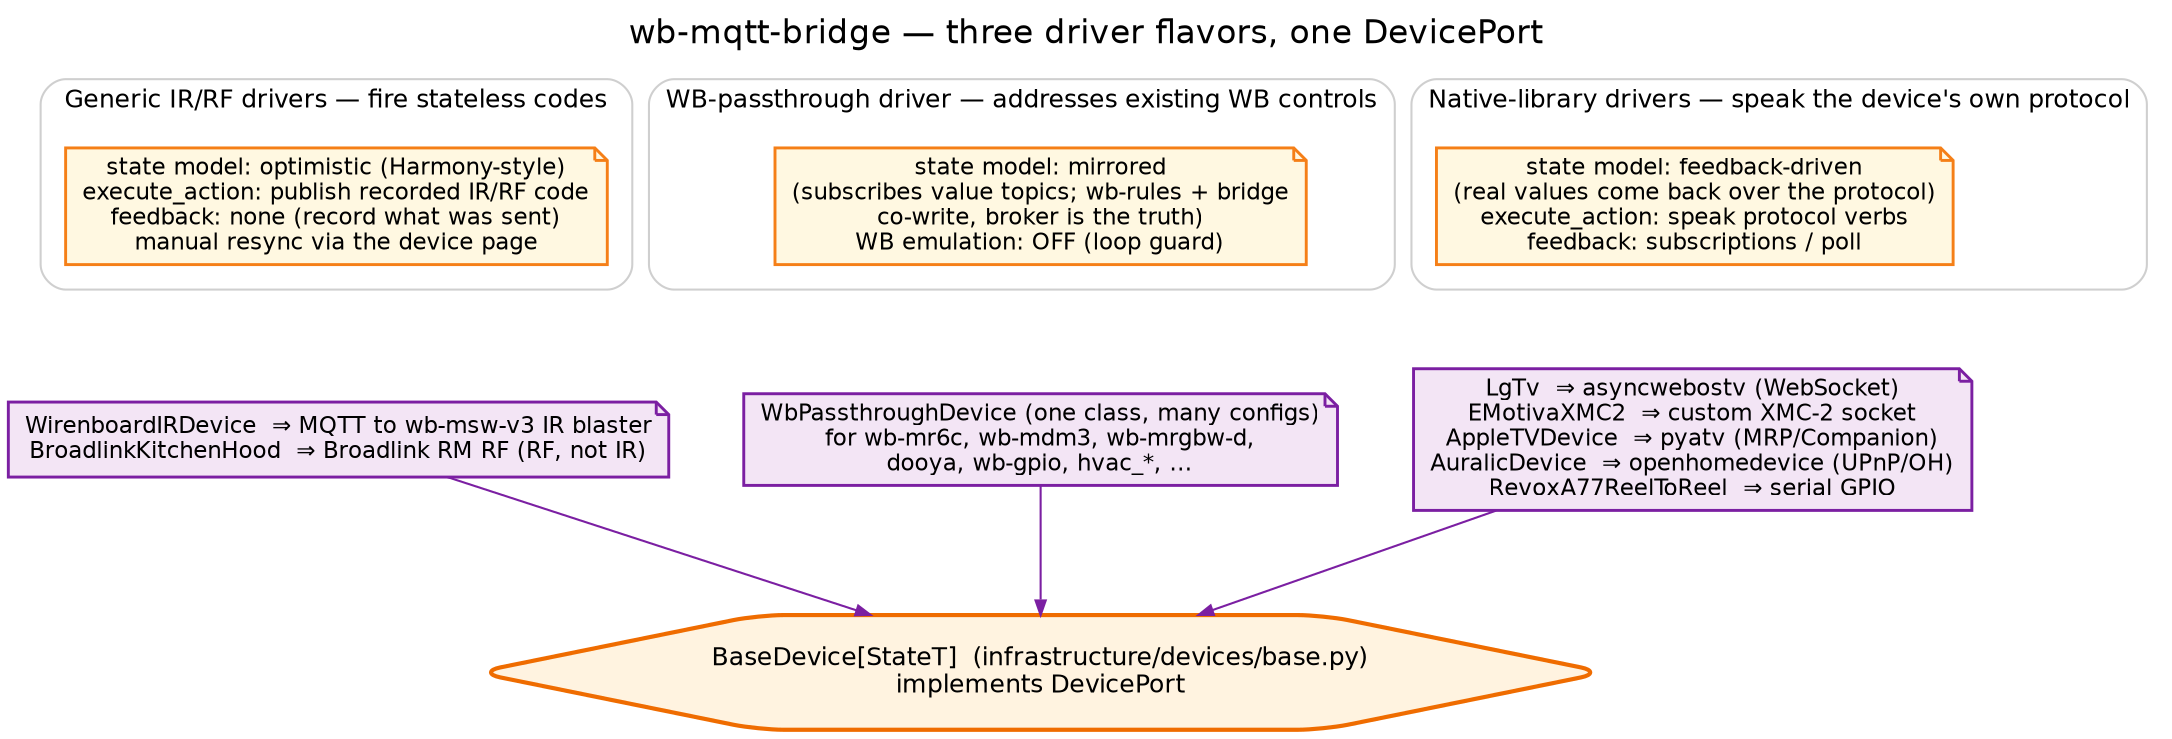
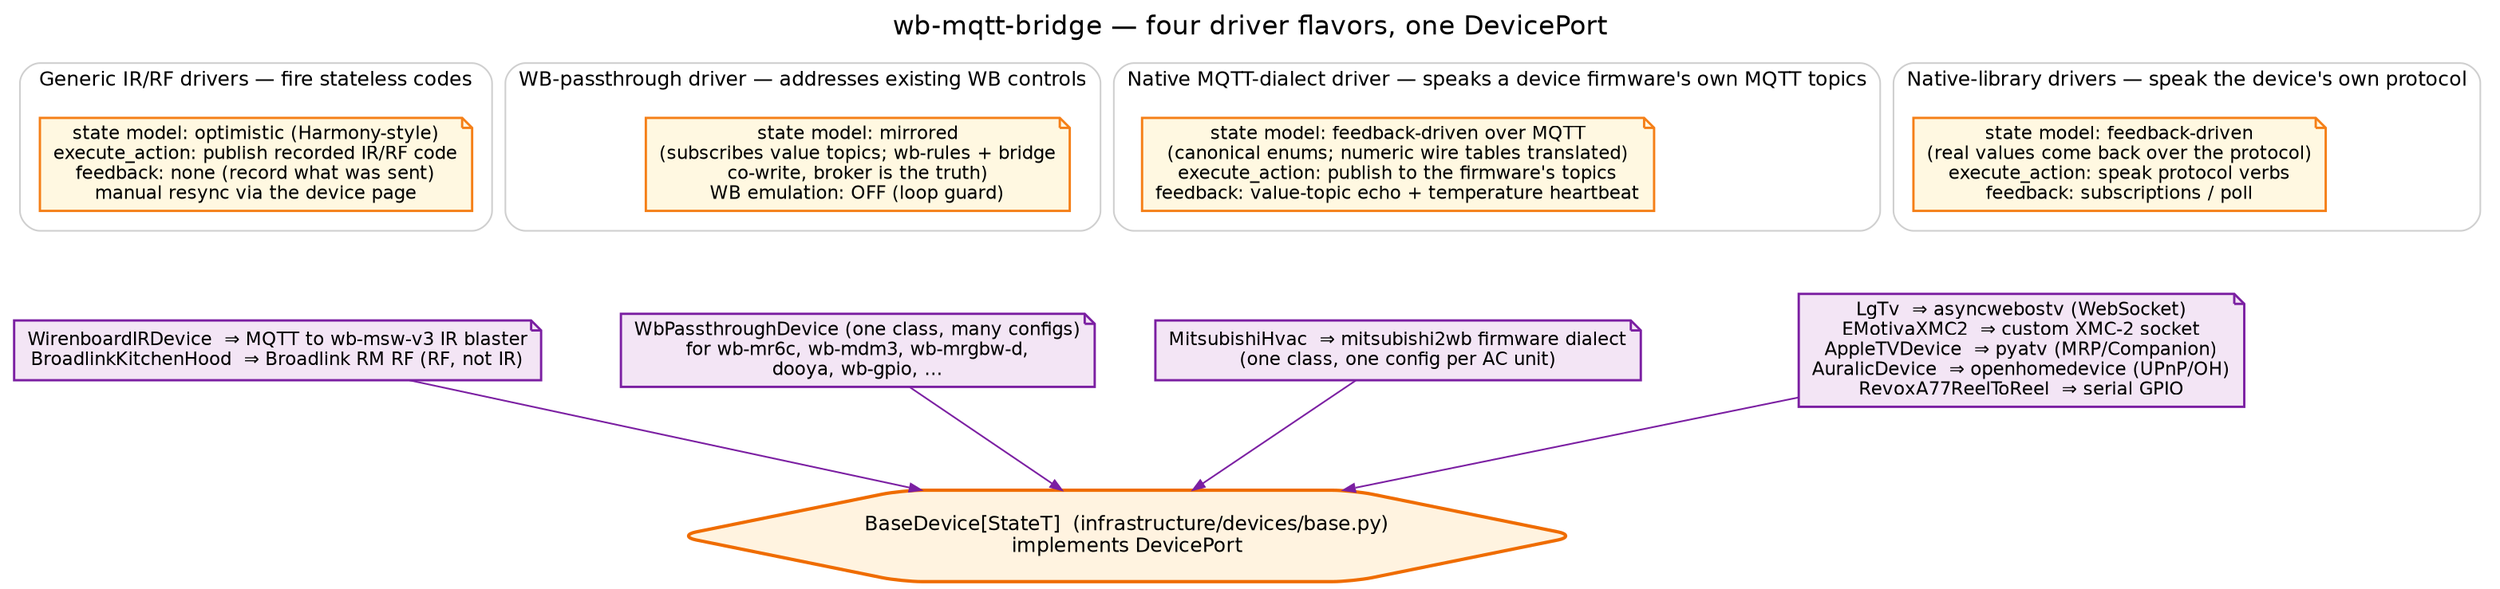
- // wb-mqtt-bridge — the three driver flavors. Render:
+ // wb-mqtt-bridge — the four driver flavors. Render:
//   dot -Tpng docs/images/driver-flavors.dot -o docs/images/driver-flavors.png
// Palette: see hexagon.dot header.
digraph driver_flavors {
  rankdir=TB;
  bgcolor="white";
  splines=spline;
  nodesep=0.5; ranksep=0.7;
  fontname="Helvetica"; labelloc=t; fontsize=16;
-   label="wb-mqtt-bridge — three driver flavors, one DevicePort";
+   label="wb-mqtt-bridge — four driver flavors, one DevicePort";

  node [fontname="Helvetica", fontsize=11, shape=box, style="filled,rounded", penwidth=1.4];
  edge [fontname="Helvetica", fontsize=9, color="#9e9e9e", arrowsize=0.7];

  // --- the three flavor clusters (driven adapters) ---
  subgraph cluster_native {
    label="Native-library drivers — speak the device's own protocol";
    fontsize=12; color="#cfcfcf"; style=rounded; margin=12;
    native_list [shape=note, fillcolor="#f3e5f5", color="#7b1fa2",
                 label="LgTv  ⇒ asyncwebostv (WebSocket)\nEMotivaXMC2  ⇒ custom XMC-2 socket\nAppleTVDevice  ⇒ pyatv (MRP/Companion)\nAuralicDevice  ⇒ openhomedevice (UPnP/OH)\nRevoxA77ReelToReel  ⇒ serial GPIO"];
    native_props [shape=note, fillcolor="#fff8e1", color="#f57f17",
                  label="state model: feedback-driven\n(real values come back over the protocol)\nexecute_action: speak protocol verbs\nfeedback: subscriptions / poll"];
  }

  subgraph cluster_ir {
    label="Generic IR/RF drivers — fire stateless codes";
    fontsize=12; color="#cfcfcf"; style=rounded; margin=12;
    ir_list [shape=note, fillcolor="#f3e5f5", color="#7b1fa2",
             label="WirenboardIRDevice  ⇒ MQTT to wb-msw-v3 IR blaster\nBroadlinkKitchenHood  ⇒ Broadlink RM RF (RF, not IR)"];
    ir_props [shape=note, fillcolor="#fff8e1", color="#f57f17",
              label="state model: optimistic (Harmony-style)\nexecute_action: publish recorded IR/RF code\nfeedback: none (record what was sent)\nmanual resync via the device page"];
  }

  subgraph cluster_wbpass {
    label="WB-passthrough driver — addresses existing WB controls";
    fontsize=12; color="#cfcfcf"; style=rounded; margin=12;
    wb_list [shape=note, fillcolor="#f3e5f5", color="#7b1fa2",
-              label="WbPassthroughDevice (one class, many configs)\nfor wb-mr6c, wb-mdm3, wb-mrgbw-d,\ndooya, wb-gpio, hvac_*, …"];
+              label="WbPassthroughDevice (one class, many configs)\nfor wb-mr6c, wb-mdm3, wb-mrgbw-d,\ndooya, wb-gpio, …"];
    wb_props [shape=note, fillcolor="#fff8e1", color="#f57f17",
              label="state model: mirrored\n(subscribes value topics; wb-rules + bridge\nco-write, broker is the truth)\nWB emulation: OFF (loop guard)"];
+   }
+ 
+   subgraph cluster_mqttdialect {
+     label="Native MQTT-dialect driver — speaks a device firmware's own MQTT topics";
+     fontsize=12; color="#cfcfcf"; style=rounded; margin=12;
+     hvac_list [shape=note, fillcolor="#f3e5f5", color="#7b1fa2",
+                label="MitsubishiHvac  ⇒ mitsubishi2wb firmware dialect\n(one class, one config per AC unit)"];
+     hvac_props [shape=note, fillcolor="#fff8e1", color="#f57f17",
+                 label="state model: feedback-driven over MQTT\n(canonical enums; numeric wire tables translated)\nexecute_action: publish to the firmware's topics\nfeedback: value-topic echo + temperature heartbeat"];
  }

  // --- the common contract ---
  base [label="BaseDevice[StateT]  (infrastructure/devices/base.py)\nimplements DevicePort",
        fillcolor="#fff3e0", color="#ef6c00", penwidth=2, shape=hexagon, fontsize=12, width=5.4];

  // edges: each flavor list/props sits inside its cluster; cluster -> base
  native_list  -> base [color="#7b1fa2"];
  ir_list      -> base [color="#7b1fa2"];
  wb_list      -> base [color="#7b1fa2"];
+   hvac_list    -> base [color="#7b1fa2"];
  native_props -> native_list [style=invis];
  ir_props     -> ir_list     [style=invis];
  wb_props     -> wb_list     [style=invis];
+   hvac_props   -> hvac_list   [style=invis];

-   {rank=same; native_list; ir_list; wb_list}
+   {rank=same; native_list; ir_list; wb_list; hvac_list}
  {rank=sink; base}
}
